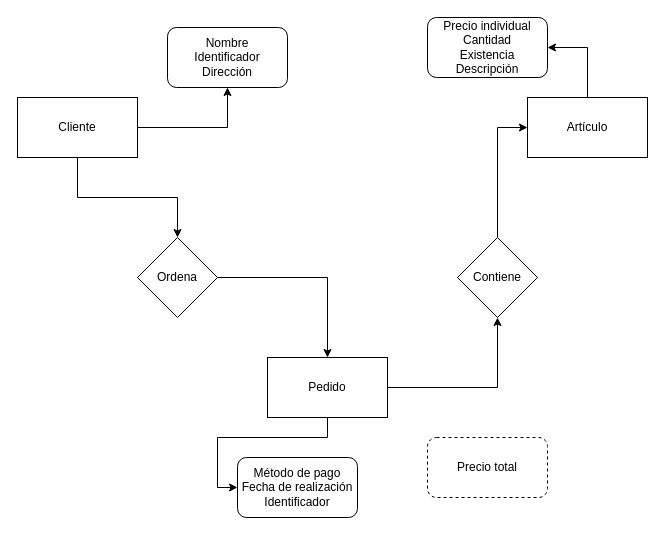
Before: EjercicioEntidadesFuerteDebil.drawio in Alex22sv/BaseDatos, a draw.io diagram. Source tidied: cells renumbered, new cells numbered last; positions are measured from the earlier drawing's top-left corner, leaving out a move shared by most shapes. Both pictures are drawn from the tidied source at 100%, with x=0, y=0 at pixel (17, 17).
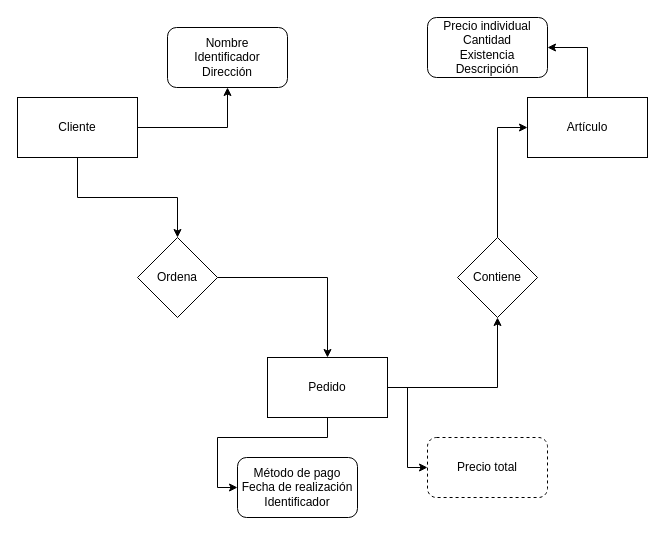
Above is the later version.

The edit, as a diff of the source:
```diff
@@
 <mxGraphModel>
   <root>
     <mxCell id="0" />
     <mxCell id="1" parent="0" />
     <mxCell id="2" style="edgeStyle=orthogonalEdgeStyle;rounded=0;jettySize=auto;html=1;" parent="1" edge="1" source="4" target="11">
       <mxGeometry relative="1" as="geometry" />
     </mxCell>
     <mxCell id="3" style="edgeStyle=orthogonalEdgeStyle;rounded=0;jettySize=auto;html=1;entryX=0.5;entryY=1;entryDx=0;entryDy=0;" parent="1" edge="1" source="4" target="14">
       <mxGeometry relative="1" as="geometry" />
     </mxCell>
     <mxCell id="4" value="Cliente" style="rounded=0;whiteSpace=wrap;html=1;" parent="1" vertex="1">
       <mxGeometry y="80" width="120" height="60" as="geometry" />
     </mxCell>
     <mxCell id="5" style="edgeStyle=orthogonalEdgeStyle;rounded=0;jettySize=auto;html=1;entryX=0.5;entryY=1;entryDx=0;entryDy=0;" parent="1" edge="1" source="7" target="13">
       <mxGeometry relative="1" as="geometry" />
     </mxCell>
     <mxCell id="6" style="edgeStyle=orthogonalEdgeStyle;rounded=0;jettySize=auto;html=1;entryX=0;entryY=0.5;entryDx=0;entryDy=0;" parent="1" edge="1" source="7" target="15">
       <mxGeometry relative="1" as="geometry" />
     </mxCell>
+    <mxCell id="18" style="edgeStyle=orthogonalEdgeStyle;rounded=0;jettySize=auto;html=1;entryX=0;entryY=0.5;entryDx=0;entryDy=0;" parent="1" edge="1" source="7" target="17">
+      <mxGeometry relative="1" as="geometry" />
+    </mxCell>
     <mxCell id="7" value="Pedido" style="rounded=0;whiteSpace=wrap;html=1;" parent="1" vertex="1">
       <mxGeometry x="250" y="340" width="120" height="60" as="geometry" />
     </mxCell>
     <mxCell id="8" style="edgeStyle=orthogonalEdgeStyle;rounded=0;jettySize=auto;html=1;entryX=1;entryY=0.5;entryDx=0;entryDy=0;" parent="1" edge="1" source="9" target="16">
       <mxGeometry relative="1" as="geometry" />
     </mxCell>
     <mxCell id="9" value="Artículo" style="rounded=0;whiteSpace=wrap;html=1;" parent="1" vertex="1">
       <mxGeometry x="510" y="80" width="120" height="60" as="geometry" />
     </mxCell>
     <mxCell id="10" style="edgeStyle=orthogonalEdgeStyle;rounded=0;jettySize=auto;html=1;" parent="1" edge="1" source="11" target="7">
       <mxGeometry relative="1" as="geometry" />
     </mxCell>
     <mxCell id="11" value="Ordena" style="rhombus;whiteSpace=wrap;html=1;" parent="1" vertex="1">
       <mxGeometry x="120" y="220" width="80" height="80" as="geometry" />
     </mxCell>
     <mxCell id="12" style="edgeStyle=orthogonalEdgeStyle;rounded=0;jettySize=auto;html=1;entryX=0;entryY=0.5;entryDx=0;entryDy=0;" parent="1" edge="1" source="13" target="9">
       <mxGeometry relative="1" as="geometry" />
     </mxCell>
     <mxCell id="13" value="Contiene" style="rhombus;whiteSpace=wrap;html=1;" parent="1" vertex="1">
       <mxGeometry x="440" y="220" width="80" height="80" as="geometry" />
     </mxCell>
     <mxCell id="14" value="Nombre&lt;div&gt;Identificador&lt;/div&gt;&lt;div&gt;Dirección&lt;/div&gt;" style="rounded=1;whiteSpace=wrap;html=1;" parent="1" vertex="1">
       <mxGeometry x="150" y="10" width="120" height="60" as="geometry" />
     </mxCell>
     <mxCell id="15" value="&lt;div&gt;Método de pago&lt;/div&gt;&lt;div&gt;Fecha de realización&lt;/div&gt;&lt;div&gt;Identificador&lt;/div&gt;" style="rounded=1;whiteSpace=wrap;html=1;" parent="1" vertex="1">
       <mxGeometry x="220" y="440" width="120" height="60" as="geometry" />
     </mxCell>
     <mxCell id="16" value="Precio individual&lt;div&gt;Cantidad&lt;/div&gt;&lt;div&gt;Existencia&lt;/div&gt;&lt;div&gt;Descripción&lt;/div&gt;" style="rounded=1;whiteSpace=wrap;html=1;" parent="1" vertex="1">
       <mxGeometry x="410" width="120" height="60" as="geometry" />
     </mxCell>
     <mxCell id="17" value="Precio total" style="rounded=1;whiteSpace=wrap;html=1;dashed=1;" parent="1" vertex="1">
       <mxGeometry x="410" y="420" width="120" height="60" as="geometry" />
     </mxCell>
   </root>
 </mxGraphModel>
```
